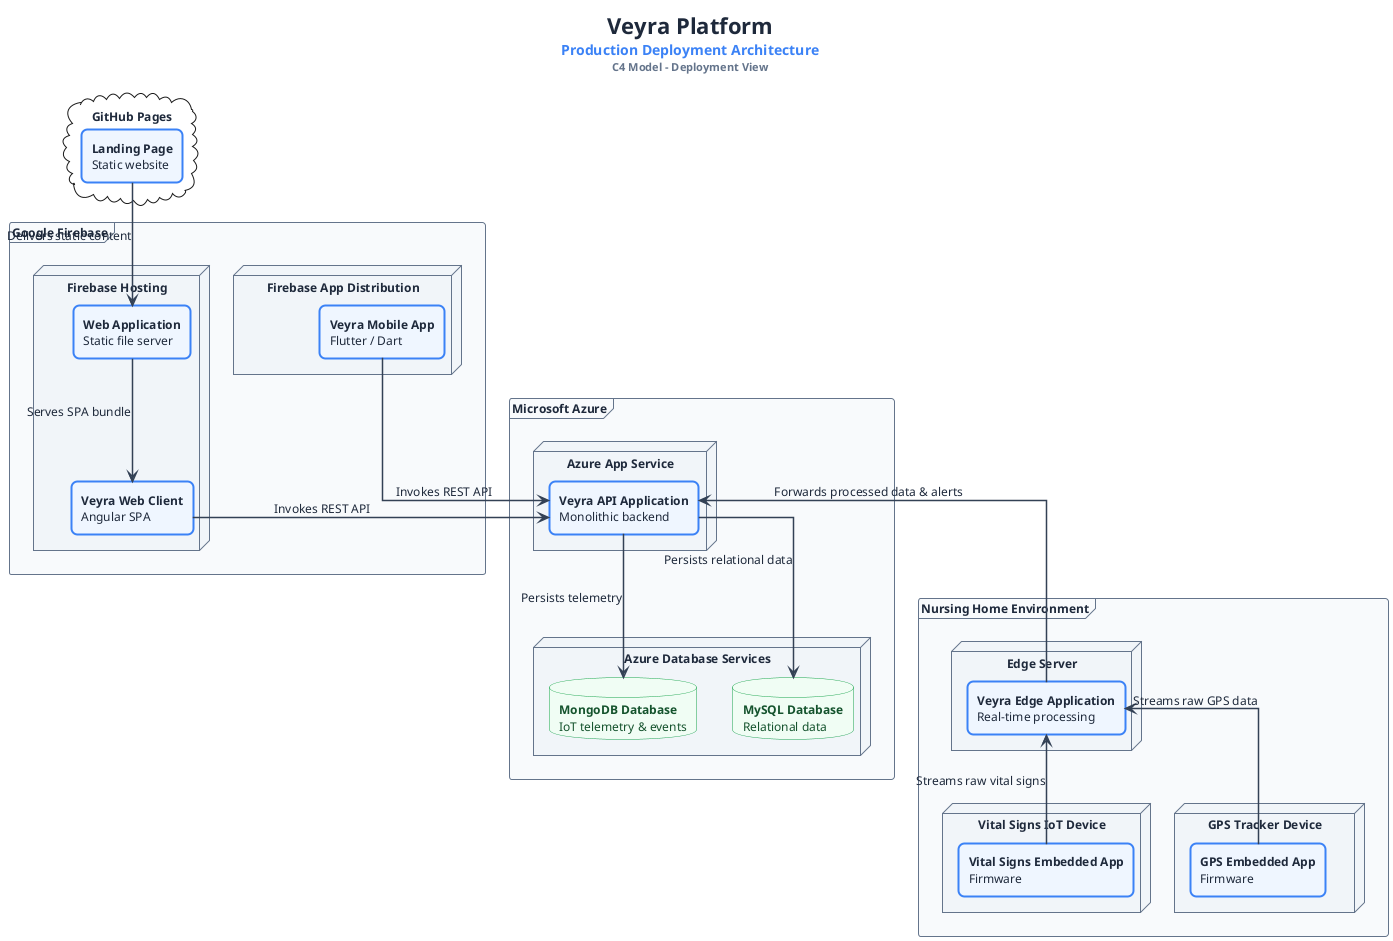
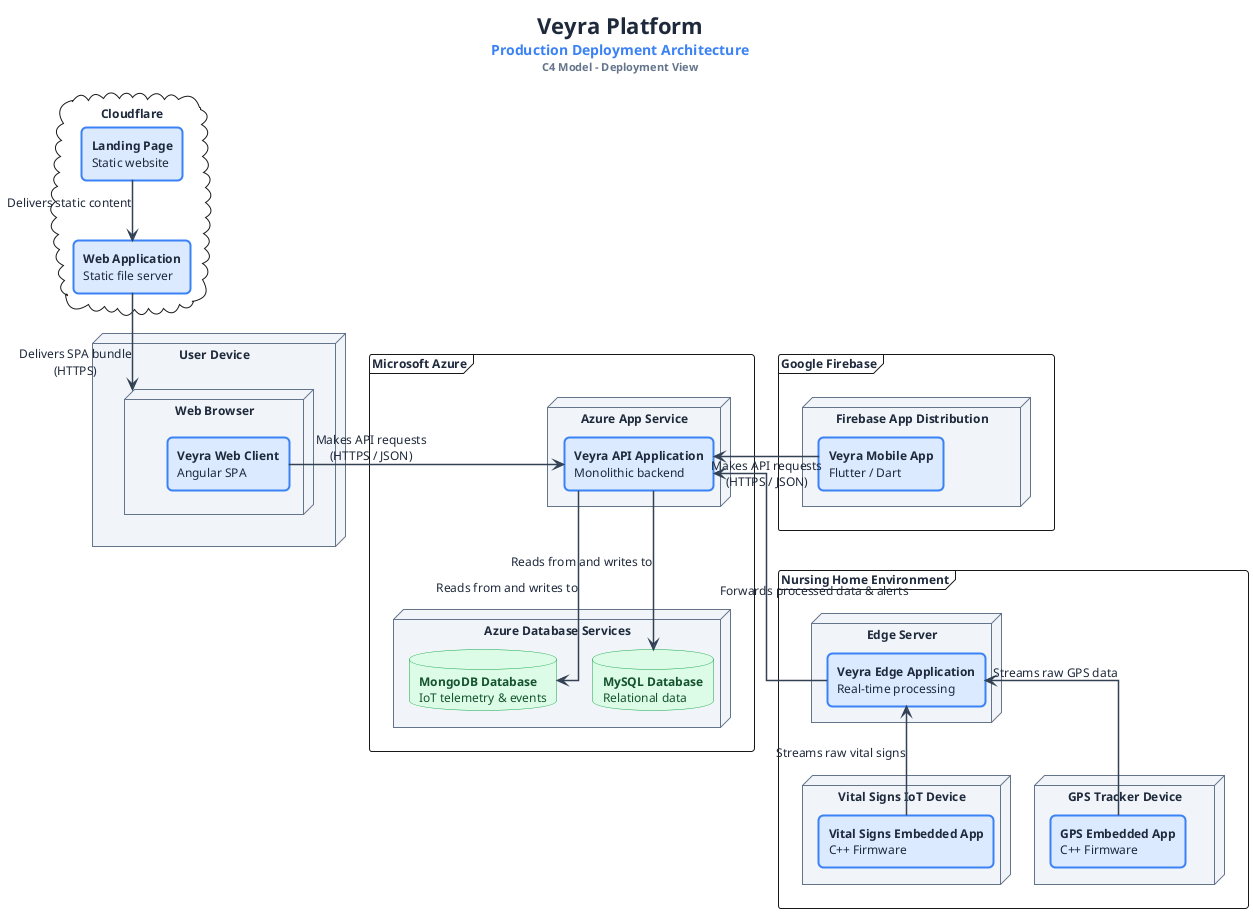
@startuml Veyra_Platform_Deployment

skinparam BackgroundColor #ffffff
skinparam CanvasBorderColor #ffffff
skinparam ArrowColor #334155
skinparam ArrowFontColor #475569
skinparam ArrowFontSize 10
skinparam ArrowThickness 1.5
skinparam DefaultFontName "Segoe UI"
skinparam DefaultFontSize 12
skinparam DefaultFontColor #1e293b
skinparam Shadowing false
skinparam linetype ortho

skinparam rectangle {
  BorderThickness 2
-   RoundCorner 12
+   RoundCorner 10
  BorderColor #3b82f6
-   BackgroundColor #eff6ff
+   BackgroundColor #dbeafe
  FontColor #1e293b
}

skinparam database {
  BorderColor #16a34a
-   BackgroundColor #f0fdf4
+   BackgroundColor #dcfce7
  FontColor #14532d
- }
- 
- skinparam frame {
-   BorderColor #64748b
-   BackgroundColor #f8fafc
-   FontColor #1e293b
}

skinparam node {
  BorderColor #64748b
  BackgroundColor #f1f5f9
  FontColor #1e293b
+   RoundCorner 10
}

title
  <size:22><b>Veyra Platform</b></size>
  <size:14><color:#3b82f6>Production Deployment Architecture</color></size>
  <size:11><color:#64748b>C4 Model - Deployment View</color></size>
end title

+ ' =============================================
+ ' CLOUD PROVIDERS
+ ' =============================================

- cloud "GitHub Pages" as githubPages {
+ cloud "Cloudflare" as cloudflare {
  rectangle "**Landing Page**\nStatic website" as landingPage
+   rectangle "**Web Application**\nStatic file server" as webApplication
}

frame "Google Firebase" as firebase {
-   node "Firebase Hosting" as firebaseHosting {
-     rectangle "**Web Application**\nStatic file server" as webApplication
-     rectangle "**Veyra Web Client**\nAngular SPA" as webClientApp
-   }
- 
  node "Firebase App Distribution" as firebaseDistribution {
    rectangle "**Veyra Mobile App**\nFlutter / Dart" as mobileApp
  }
}

frame "Microsoft Azure" as azure {
  node "Azure App Service" as azureAppService {
    rectangle "**Veyra API Application**\nMonolithic backend" as monolithBackend
  }

  node "Azure Database Services" as azureDatabases {
    database "**MySQL Database**\nRelational data" as mysqlDB
    database "**MongoDB Database**\nIoT telemetry & events" as mongoDB
  }
}

+ ' =============================================
+ ' NURSING HOME ENVIRONMENT
+ ' =============================================
+ 
frame "Nursing Home Environment" as nursingHome {
  node "Edge Server" as edgeServer {
    rectangle "**Veyra Edge Application**\nReal-time processing" as edgeApp
  }

  node "Vital Signs IoT Device" as vitalDevice {
-     rectangle "**Vital Signs Embedded App**\nFirmware" as embeddedVital
+     rectangle "**Vital Signs Embedded App**\nC++ Firmware" as embeddedVital
  }

  node "GPS Tracker Device" as gpsDevice {
-     rectangle "**GPS Embedded App**\nFirmware" as embeddedGPS
+     rectangle "**GPS Embedded App**\nC++ Firmware" as embeddedGPS
  }
}

+ ' =============================================
+ ' CLIENT SIDE - SIGUIENDO EXACTAMENTE EL ESTILO DE SIMON BROWN
+ ' =============================================
+ 
+ node "User Device" as userDevice {
+   node "Web Browser" as webBrowser {
+     rectangle "**Veyra Web Client**\nAngular SPA" as webClientApp
+   }
+ }
+ 
+ ' =============================================
+ ' RELACIONES
+ ' =============================================

landingPage -down-> webApplication : Delivers static content

- webApplication -down-> webClientApp : Serves SPA bundle
+ webApplication -down-> webBrowser : Delivers SPA bundle\n(HTTPS)

- webClientApp -right-> monolithBackend : Invokes REST API
- mobileApp -right-> monolithBackend : Invokes REST API
+ webClientApp -right-> monolithBackend : Makes API requests\n(HTTPS / JSON)

- monolithBackend -down-> mysqlDB : Persists relational data
- monolithBackend -down-> mongoDB : Persists telemetry
+ mobileApp -right-> monolithBackend : Makes API requests\n(HTTPS / JSON)
+ 
+ monolithBackend -down-> mysqlDB : Reads from and writes to
+ monolithBackend -down-> mongoDB : Reads from and writes to

embeddedVital -up-> edgeApp : Streams raw vital signs
embeddedGPS -up-> edgeApp : Streams raw GPS data

edgeApp -up-> monolithBackend : Forwards processed data & alerts

@enduml